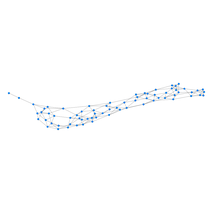
Before: Imágenes/Grafos/70/Barabasi-Albert_Graph70.png, a diagram exported from Graphviz (rMelendez96/Projects-ADA). Its source is kept beside it as Archivos GV/Grafos/70/Barabasi-Albert_Graph70.gv. Its diagram source:
```dot
graph{
40 -- 38;
64 -- 57;
16 -- 4;
64 -- 59;
41 -- 34;
16 -- 13;
64 -- 60;
41 -- 38;
16 -- 15;
65 -- 55;
42 -- 35;
17 -- 8;
65 -- 64;
42 -- 41;
17 -- 12;
17 -- 16;
66 -- 60;
43 -- 40;
66 -- 63;
43 -- 41;
18 -- 17;
66 -- 65;
44 -- 42;
44 -- 43;
20 -- 16;
68 -- 61;
63 -- 61;
20 -- 17;
68 -- 64;
45 -- 31;
20 -- 18;
68 -- 66;
45 -- 38;
20 -- 19;
68 -- 67;
45 -- 40;
45 -- 44;
21 -- 9;
69 -- 67;
21 -- 15;
46 -- 42;
21 -- 19;
46 -- 45;
22 -- 19;
47 -- 39;
22 -- 21;
47 -- 46;
23 -- 18;
48 -- 43;
23 -- 19;
48 -- 46;
24 -- 18;
49 -- 35;
24 -- 21;
49 -- 37;
24 -- 23;
49 -- 41;
49 -- 47;
25 -- 13;
49 -- 48;
25 -- 18;
25 -- 22;
50 -- 46;
25 -- 23;
1 -- 0;
50 -- 47;
50 -- 48;
26 -- 23;
2 -- 0;
26 -- 24;
2 -- 1;
51 -- 40;
51 -- 42;
27 -- 19;
3 -- 1;
51 -- 47;
27 -- 22;
3 -- 2;
27 -- 24;
52 -- 43;
27 -- 26;
4 -- 0;
52 -- 50;
28 -- 12;
5 -- 0;
53 -- 44;
28 -- 20;
5 -- 1;
53 -- 48;
28 -- 25;
5 -- 2;
53 -- 51;
5 -- 4;
53 -- 52;
29 -- 26;
29 -- 28;
6 -- 0;
6 -- 1;
55 -- 54;
30 -- 26;
6 -- 3;
30 -- 27;
6 -- 4;
56 -- 52;
30 -- 29;
6 -- 5;
56 -- 53;
56 -- 54;
31 -- 29;
56 -- 55;
8 -- 7;
32 -- 28;
57 -- 55;
32 -- 31;
9 -- 8;
58 -- 44;
33 -- 29;
10 -- 7;
58 -- 52;
33 -- 30;
10 -- 8;
58 -- 54;
33 -- 31;
10 -- 9;
58 -- 55;
33 -- 32;
58 -- 56;
11 -- 2;
58 -- 57;
34 -- 30;
11 -- 3;
11 -- 7;
59 -- 54;
35 -- 32;
11 -- 9;
35 -- 34;
60 -- 57;
12 -- 7;
60 -- 59;
36 -- 32;
36 -- 33;
13 -- 3;
61 -- 60;
36 -- 34;
13 -- 12;
62 -- 50;
37 -- 22;
14 -- 4;
62 -- 54;
37 -- 34;
14 -- 8;
62 -- 57;
37 -- 36;
14 -- 9;
62 -- 59;
14 -- 10;
62 -- 61;
38 -- 35;
14 -- 12;
14 -- 13;
63 -- 39;
39 -- 36;
63 -- 51;
39 -- 37;
15 -- 7;
63 -- 59;
39 -- 38;
15 -- 10;
15 -- 11;
40 -- 31;
}
```
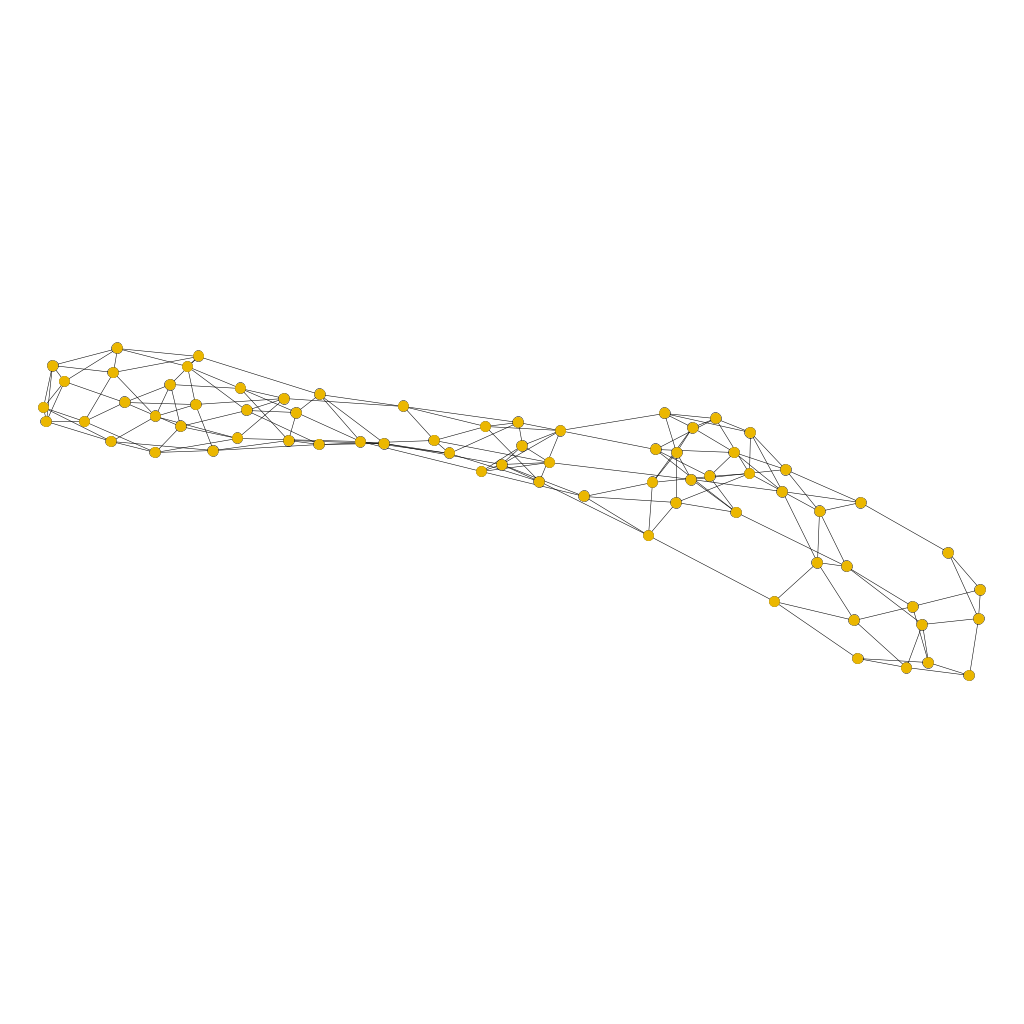
The same diagram one commit later.

Diff of the diagram source:
```diff
@@ -1,172 +1,170 @@
 graph{
-40 -- 38;
-64 -- 57;
-16 -- 4;
-64 -- 59;
-41 -- 34;
-16 -- 13;
-64 -- 60;
-41 -- 38;
+38 -- 25;
+50 -- 45;
+50 -- 49;
+38 -- 30;
+26 -- 16;
+51 -- 30;
+38 -- 32;
+51 -- 41;
+21 -- 17;
+26 -- 17;
+51 -- 50;
+38 -- 34;
+17 -- 12;
+26 -- 19;
+52 -- 46;
+12 -- 11;
+38 -- 35;
+52 -- 51;
+26 -- 24;
+11 -- 6;
+38 -- 36;
+53 -- 43;
+26 -- 25;
+53 -- 47;
+23 -- 22;
+38 -- 37;
+53 -- 48;
+53 -- 52;
+5 -- 3;
+24 -- 16;
+20 -- 19;
+27 -- 24;
+54 -- 47;
+54 -- 52;
+40 -- 36;
+55 -- 50;
+14 -- 10;
+28 -- 21;
+55 -- 54;
+40 -- 39;
+8 -- 3;
+10 -- 8;
+28 -- 23;
+7 -- 3;
+56 -- 54;
+56 -- 55;
+14 -- 5;
+28 -- 27;
+41 -- 39;
+57 -- 44;
+18 -- 15;
+10 -- 9;
+3 -- 1;
+57 -- 56;
+10 -- 6;
+41 -- 40;
+29 -- 22;
+58 -- 46;
+25 -- 24;
+58 -- 51;
+23 -- 19;
+21 -- 20;
+29 -- 25;
+15 -- 13;
+58 -- 53;
+42 -- 36;
+58 -- 56;
+8 -- 5;
+9 -- 6;
+29 -- 27;
+14 -- 13;
+42 -- 41;
+59 -- 52;
+20 -- 9;
+12 -- 8;
+59 -- 54;
+13 -- 9;
+59 -- 58;
+5 -- 4;
+21 -- 11;
+30 -- 27;
+43 -- 35;
+60 -- 55;
+22 -- 19;
+2 -- 1;
+43 -- 39;
+61 -- 56;
+31 -- 27;
+61 -- 57;
+7 -- 0;
+43 -- 41;
+61 -- 60;
+31 -- 28;
+5 -- 1;
+62 -- 60;
+44 -- 34;
+63 -- 57;
+32 -- 30;
+63 -- 62;
+44 -- 36;
+7 -- 2;
+7 -- 1;
+64 -- 61;
+44 -- 40;
+64 -- 63;
+16 -- 11;
+33 -- 28;
+44 -- 42;
+65 -- 55;
+15 -- 4;
+33 -- 29;
+65 -- 62;
+65 -- 64;
+22 -- 13;
+33 -- 31;
+45 -- 33;
+66 -- 62;
+33 -- 32;
+66 -- 64;
+67 -- 65;
+20 -- 12;
 16 -- 15;
-65 -- 55;
-42 -- 35;
-17 -- 8;
-65 -- 64;
-42 -- 41;
-17 -- 12;
-17 -- 16;
-66 -- 60;
-43 -- 40;
-66 -- 63;
-43 -- 41;
-18 -- 17;
-66 -- 65;
-44 -- 42;
-44 -- 43;
-20 -- 16;
-68 -- 61;
-63 -- 61;
-20 -- 17;
-68 -- 64;
-45 -- 31;
-20 -- 18;
-68 -- 66;
-45 -- 38;
-20 -- 19;
+46 -- 39;
+67 -- 66;
+24 -- 20;
+34 -- 29;
+46 -- 45;
+68 -- 59;
+18 -- 14;
+34 -- 31;
 68 -- 67;
-45 -- 40;
-45 -- 44;
-21 -- 9;
+25 -- 23;
+18 -- 16;
+69 -- 60;
+47 -- 42;
 69 -- 67;
-21 -- 15;
-46 -- 42;
-21 -- 19;
-46 -- 45;
-22 -- 19;
-47 -- 39;
-22 -- 21;
-47 -- 46;
-23 -- 18;
+21 -- 13;
+35 -- 31;
+69 -- 68;
+7 -- 6;
+4 -- 2;
+35 -- 32;
+48 -- 39;
+18 -- 0;
+35 -- 34;
+4 -- 0;
 48 -- 43;
-23 -- 19;
-48 -- 46;
-24 -- 18;
-49 -- 35;
-24 -- 21;
-49 -- 37;
-24 -- 23;
-49 -- 41;
+48 -- 45;
+6 -- 4;
+15 -- 9;
+14 -- 11;
+48 -- 47;
+18 -- 2;
+50 -- 42;
+37 -- 22;
+12 -- 3;
+37 -- 30;
+1 -- 0;
+49 -- 40;
+37 -- 32;
+17 -- 10;
+49 -- 45;
+23 -- 8;
+37 -- 36;
+2 -- 0;
+49 -- 46;
+19 -- 17;
 49 -- 47;
-25 -- 13;
-49 -- 48;
-25 -- 18;
-25 -- 22;
-50 -- 46;
-25 -- 23;
-1 -- 0;
-50 -- 47;
-50 -- 48;
-26 -- 23;
-2 -- 0;
-26 -- 24;
-2 -- 1;
-51 -- 40;
-51 -- 42;
-27 -- 19;
-3 -- 1;
-51 -- 47;
-27 -- 22;
-3 -- 2;
-27 -- 24;
-52 -- 43;
-27 -- 26;
-4 -- 0;
-52 -- 50;
-28 -- 12;
-5 -- 0;
-53 -- 44;
-28 -- 20;
-5 -- 1;
-53 -- 48;
-28 -- 25;
-5 -- 2;
-53 -- 51;
-5 -- 4;
-53 -- 52;
-29 -- 26;
-29 -- 28;
-6 -- 0;
-6 -- 1;
-55 -- 54;
-30 -- 26;
-6 -- 3;
-30 -- 27;
-6 -- 4;
-56 -- 52;
-30 -- 29;
-6 -- 5;
-56 -- 53;
-56 -- 54;
-31 -- 29;
-56 -- 55;
-8 -- 7;
-32 -- 28;
-57 -- 55;
-32 -- 31;
-9 -- 8;
-58 -- 44;
-33 -- 29;
-10 -- 7;
-58 -- 52;
-33 -- 30;
-10 -- 8;
-58 -- 54;
-33 -- 31;
-10 -- 9;
-58 -- 55;
-33 -- 32;
-58 -- 56;
-11 -- 2;
-58 -- 57;
-34 -- 30;
-11 -- 3;
-11 -- 7;
-59 -- 54;
-35 -- 32;
-11 -- 9;
-35 -- 34;
-60 -- 57;
-12 -- 7;
-60 -- 59;
-36 -- 32;
-36 -- 33;
-13 -- 3;
-61 -- 60;
-36 -- 34;
-13 -- 12;
-62 -- 50;
-37 -- 22;
-14 -- 4;
-62 -- 54;
-37 -- 34;
-14 -- 8;
-62 -- 57;
-37 -- 36;
-14 -- 9;
-62 -- 59;
-14 -- 10;
-62 -- 61;
-38 -- 35;
-14 -- 12;
-14 -- 13;
-63 -- 39;
-39 -- 36;
-63 -- 51;
-39 -- 37;
-15 -- 7;
-63 -- 59;
-39 -- 38;
-15 -- 10;
-15 -- 11;
-40 -- 31;
 }
```
